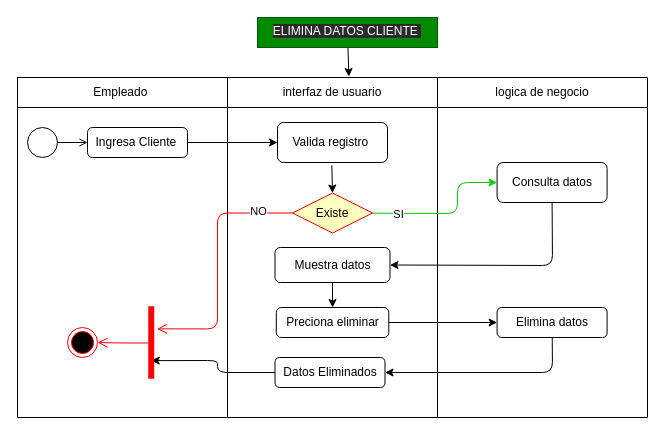
DavidArtavia/Activity_Diagram- keeps this draw.io diagram as Diagramas_Actividad/DAE.1.2.drawio. Above is the earlier version. Source tidied: cells renumbered, new cells numbered last; positions are measured from the earlier drawing's top-left corner, leaving out a move shared by most shapes. Both pictures are drawn from the tidied source at 100%, with x=0, y=0 at pixel (17, 17).
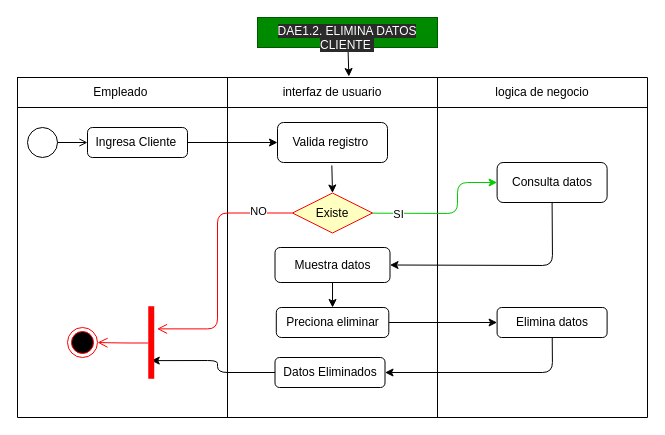
After the change.

The edit, as a diff of the source:
```diff
@@
-    <mxCell id="28" value="&lt;span style=&quot;color: rgb(255 , 255 , 255) ; font-family: &amp;#34;helvetica&amp;#34; ; font-size: 12px ; font-style: normal ; font-weight: 400 ; letter-spacing: normal ; text-indent: 0px ; text-transform: none ; word-spacing: 0px ; background-color: rgb(42 , 42 , 42) ; display: inline ; float: none&quot;&gt;ELIMINA DATOS CLIENTE&amp;nbsp;&lt;/span&gt;" style="text;whiteSpace=wrap;html=1;fillColor=#008a00;fontColor=#ffffff;strokeColor=#005700;align=center;" parent="1" vertex="1">
+    <mxCell id="28" value="&lt;span style=&quot;color: rgb(255 , 255 , 255) ; font-family: &amp;#34;helvetica&amp;#34; ; font-size: 12px ; font-style: normal ; font-weight: 400 ; letter-spacing: normal ; text-indent: 0px ; text-transform: none ; word-spacing: 0px ; background-color: rgb(42 , 42 , 42) ; display: inline ; float: none&quot;&gt;DAE1.2. ELIMINA DATOS CLIENTE&amp;nbsp;&lt;/span&gt;" style="text;whiteSpace=wrap;html=1;fillColor=#008a00;fontColor=#ffffff;strokeColor=#005700;align=center;" parent="1" vertex="1">
       <mxGeometry x="240" width="180" height="30" as="geometry" />
     </mxCell>
```
